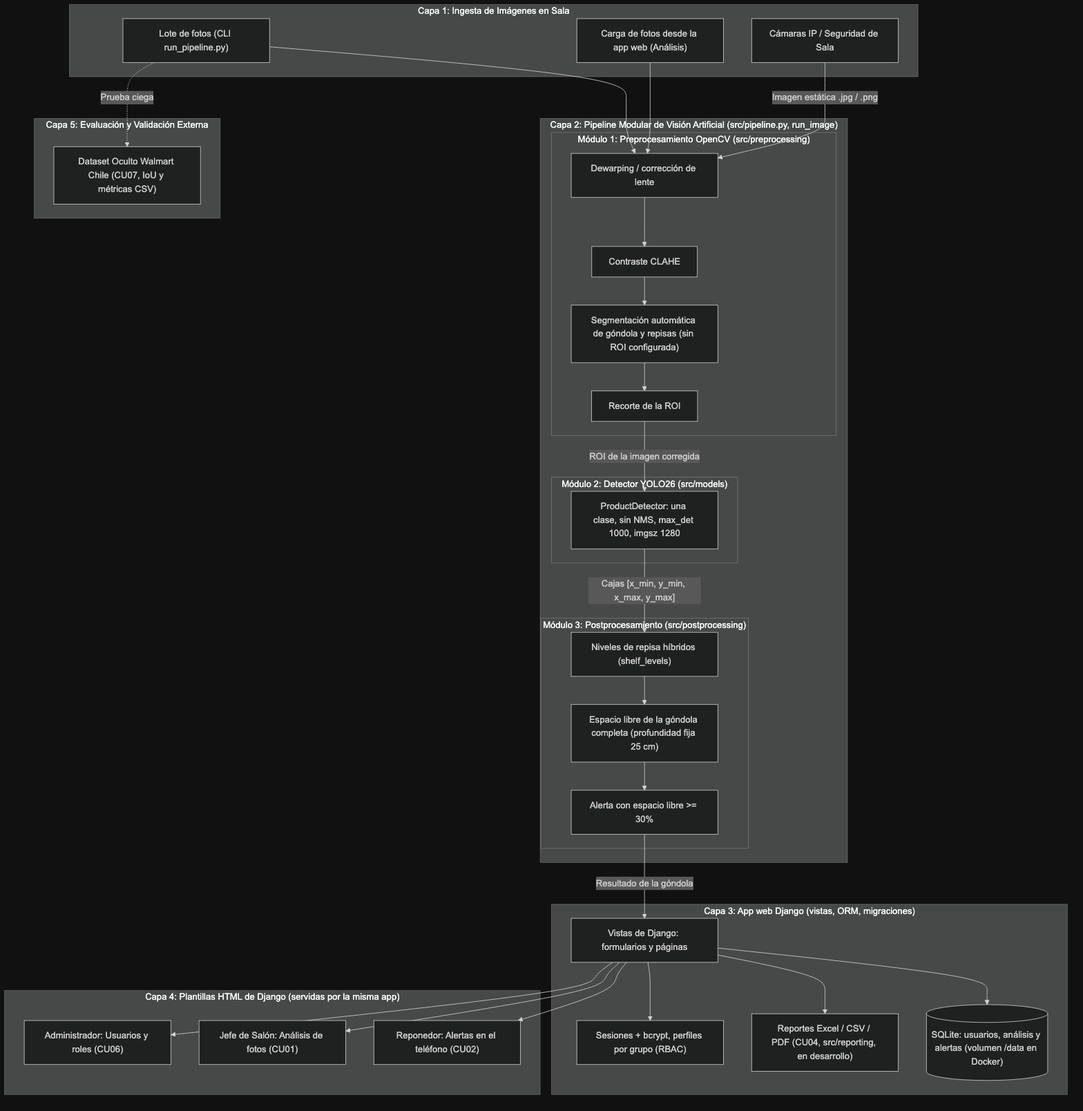
Above: Anexos/Diseño/Diagrama de arquitectura/Diagrama de Arquitectura.png in marianapeachy/capstone (Mermaid), before the change. Its source is kept beside it as Anexos/Diseño/Diagramas fuente (Mermaid)/Diagrama de Arquitectura.mmd. Source of this version:
```mermaid
flowchart TB
    subgraph C1["Capa 1: Ingesta de Imágenes en Sala"]
        CAM["Cámaras IP / Seguridad de Sala"]
        UP["Carga de fotos desde la app web (Análisis)"]
        LOTE["Lote de fotos (CLI run_pipeline.py)"]
    end

    subgraph C2["Capa 2: Pipeline Modular de Visión Artificial (src/pipeline.py, run_image)"]
        subgraph M1["Módulo 1: Preprocesamiento OpenCV (src/preprocessing)"]
            DEW["Dewarping / corrección de lente"] --> CLAHE["Contraste CLAHE"]
            CLAHE --> SEG["Segmentación automática de góndola y repisas (sin ROI configurada)"]
            SEG --> ROI["Recorte de la ROI"]
        end
        subgraph M2["Módulo 2: Detector YOLO26 (src/models)"]
            DET["ProductDetector: una clase, sin NMS, max_det 1000, imgsz 1280"]
        end
        subgraph M3["Módulo 3: Postprocesamiento (src/postprocessing)"]
            LVL["Niveles de repisa híbridos (shelf_levels)"] --> AV["Espacio libre de la góndola completa (profundidad fija 25 cm)"]
            AV --> ALR["Alerta con espacio libre >= 30%"]
        end
        ROI -->|"ROI de la imagen corregida"| DET
        DET -->|"Cajas [x_min, y_min, x_max, y_max]"| LVL
    end

    subgraph C3["Capa 3: App web Django (vistas, ORM, migraciones)"]
        VIEWS["Vistas de Django: formularios y páginas"]
        AUTH["Sesiones + bcrypt, perfiles por grupo (RBAC)"]
        REP["Reportes Excel / CSV / PDF (CU04, src/reporting, en desarrollo)"]
        DB[("SQLite: usuarios, análisis y alertas (volumen /data en Docker)")]
        VIEWS --> AUTH
        VIEWS --> REP
        VIEWS --> DB
    end

    subgraph C4["Capa 4: Plantillas HTML de Django (servidas por la misma app)"]
        V_ADM["Administrador: Usuarios y roles (CU06)"]
        V_JEFE["Jefe de Salón: Análisis de fotos (CU01)"]
        V_REP["Reponedor: Alertas en el teléfono (CU02)"]
    end

    subgraph C5["Capa 5: Evaluación y Validación Externa"]
        OCULTO["Dataset Oculto Walmart Chile (CU07, IoU y métricas CSV)"]
    end

    CAM -->|"Imagen estática .jpg / .png"| DEW
    UP --> DEW
    LOTE --> DEW
    ALR -->|"Resultado de la góndola"| VIEWS
    LOTE -.->|"Prueba ciega"| OCULTO
    VIEWS --> V_ADM
    VIEWS --> V_JEFE
    VIEWS --> V_REP
```
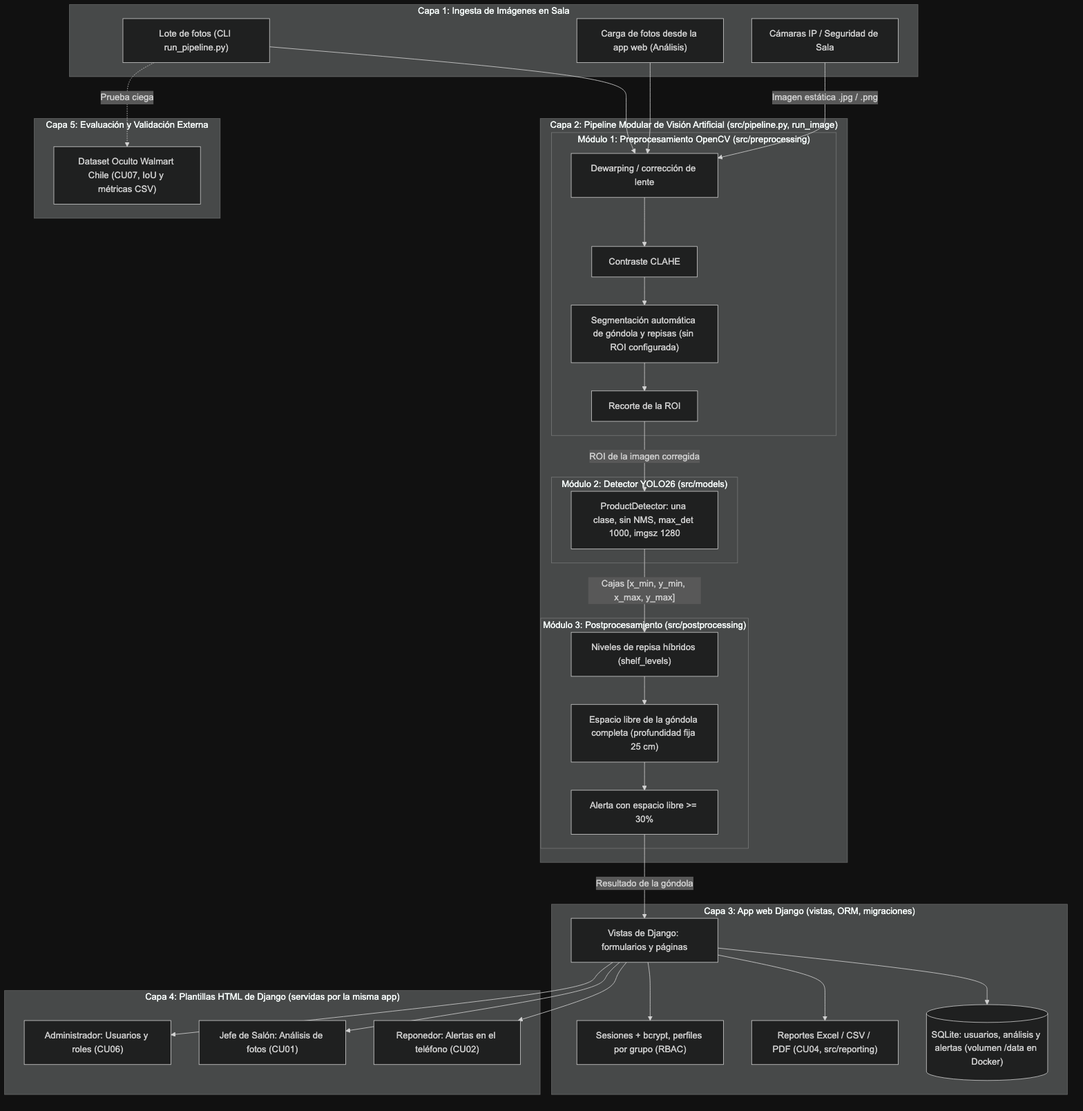
The same file after the commit.

Commit message:
docs: mark reports as done in the architecture diagram (#7)

Diff of the diagram source:
```diff
@@ -25,7 +25,7 @@
     subgraph C3["Capa 3: App web Django (vistas, ORM, migraciones)"]
         VIEWS["Vistas de Django: formularios y páginas"]
         AUTH["Sesiones + bcrypt, perfiles por grupo (RBAC)"]
-        REP["Reportes Excel / CSV / PDF (CU04, src/reporting, en desarrollo)"]
+        REP["Reportes Excel / CSV / PDF (CU04, src/reporting)"]
         DB[("SQLite: usuarios, análisis y alertas (volumen /data en Docker)")]
         VIEWS --> AUTH
         VIEWS --> REP
```
